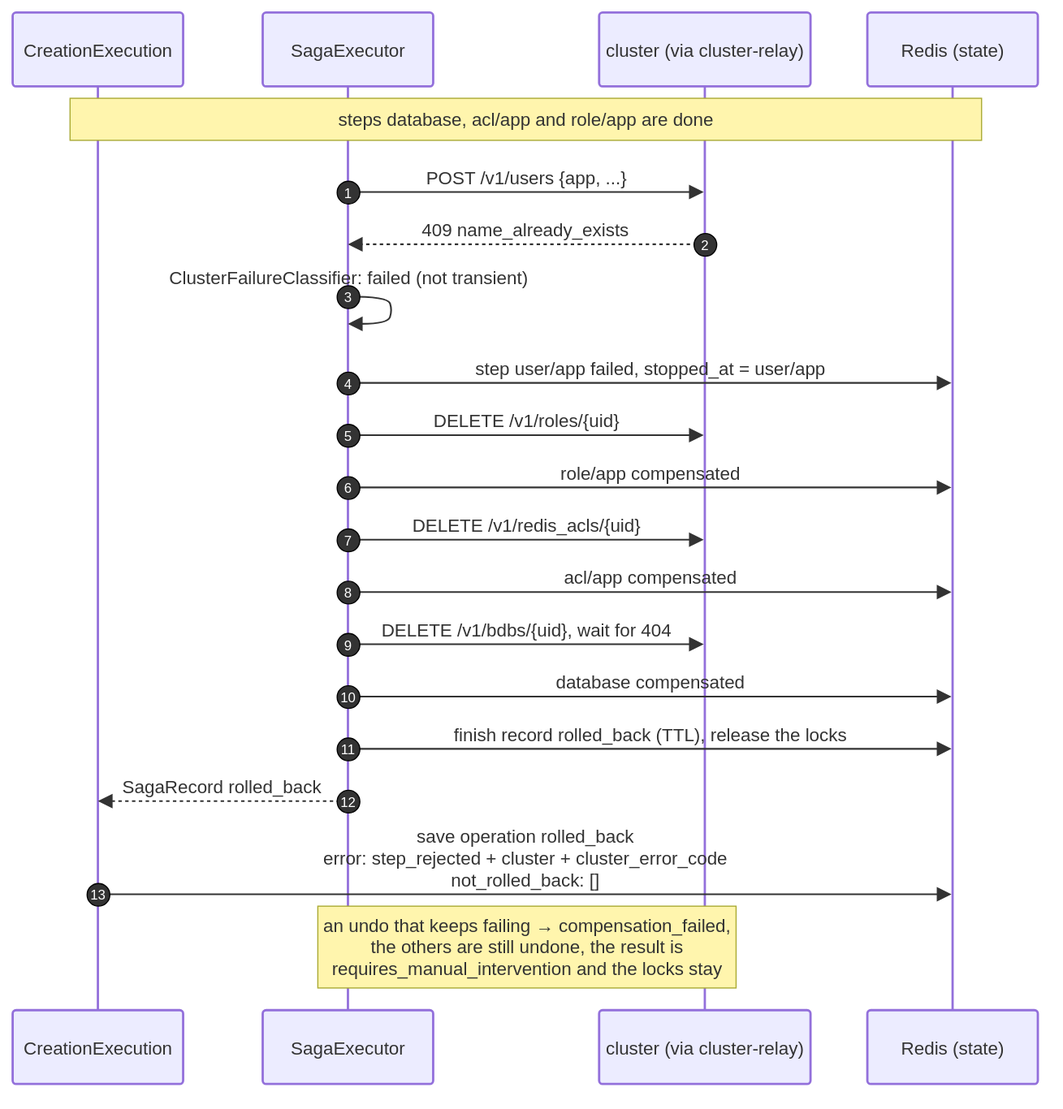
Earlier version of the draw.io export docs/diagrams/11-seq-rollback.drawio.svg (EliShteinman/redis-enterprise-services). Source tidied: cells renumbered, new cells last; positions are measured from the earlier drawing's top-left corner, leaving out a move shared by most shapes.
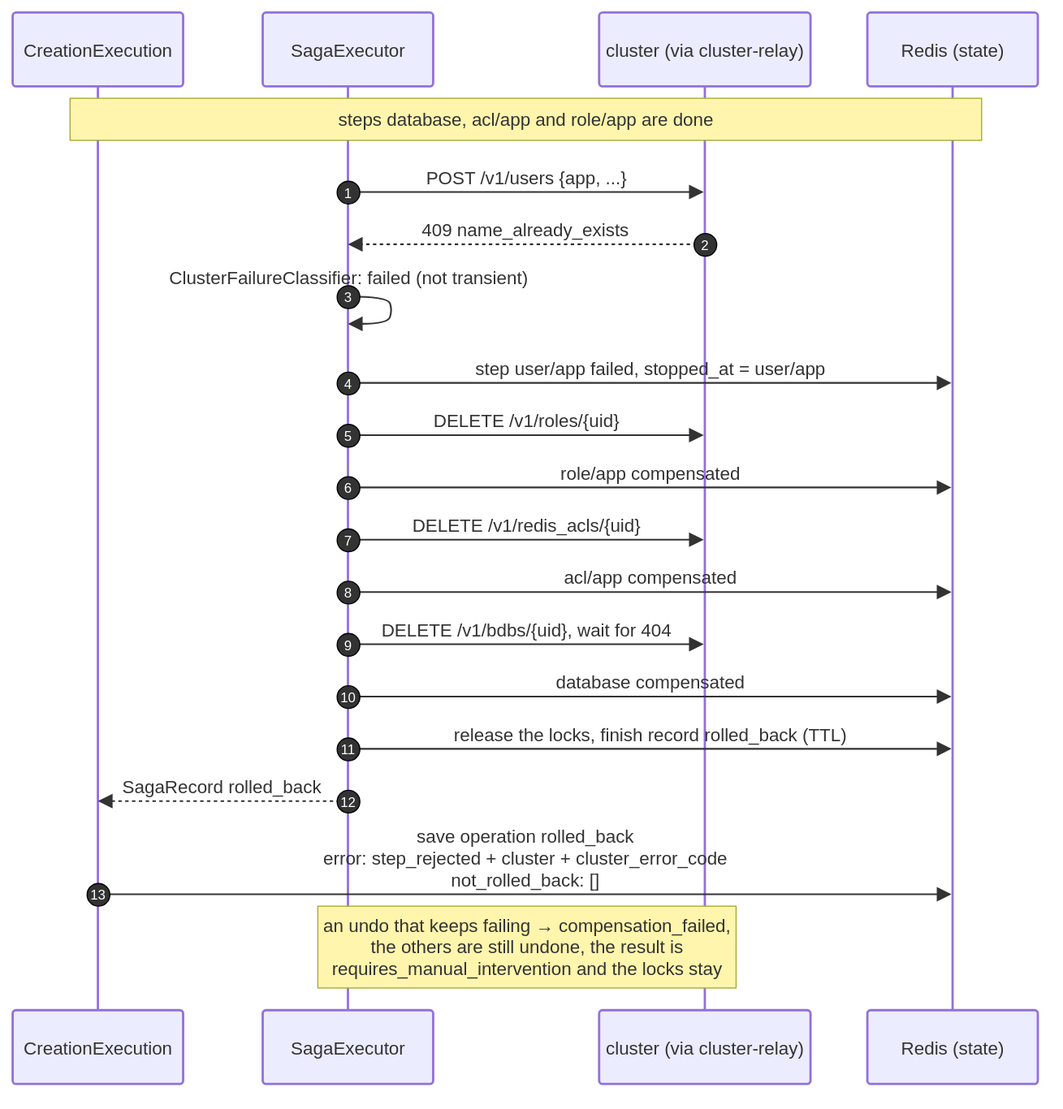
After the change.

Diff of the diagram source:
```diff
@@ -119,7 +119,7 @@
     <mxCell id="26" value="10" style="ellipse;fillColor=light-dark(#333333,#cccccc);align=center;verticalAlign=middle;fontColor=light-dark(#FFFFFF,#333333);fontSize=12;" parent="1" vertex="1">
       <mxGeometry x="285" y="592" width="20" height="20" as="geometry" />
     </mxCell>
-    <mxCell id="27" value="finish record rolled_back (TTL), release the locks" style="endArrow=block;endSize=9;verticalAlign=bottom;spacingBottom=2;edgeStyle=sequenceEdgeStyle;libavoidRouting=0;curved=0;rounded=0;fontSize=16;labelBackgroundColor=none;strokeWidth=1.5;strokeColor=light-dark(#333333,#cccccc);fontColor=light-dark(#333333,#cccccc);fontFamily=Trebuchet MS,Verdana,Arial,sans-serif;" parent="1" edge="1" source="3" target="5">
+    <mxCell id="27" value="release the locks, finish record rolled_back (TTL)" style="endArrow=block;endSize=9;verticalAlign=bottom;spacingBottom=2;edgeStyle=sequenceEdgeStyle;libavoidRouting=0;curved=0;rounded=0;fontSize=16;labelBackgroundColor=none;strokeWidth=1.5;strokeColor=light-dark(#333333,#cccccc);fontColor=light-dark(#333333,#cccccc);fontFamily=Trebuchet MS,Verdana,Arial,sans-serif;" parent="1" edge="1" source="3" target="5">
       <mxGeometry relative="1" as="geometry">
         <Array as="points">
           <mxPoint x="561" y="648" />
```
